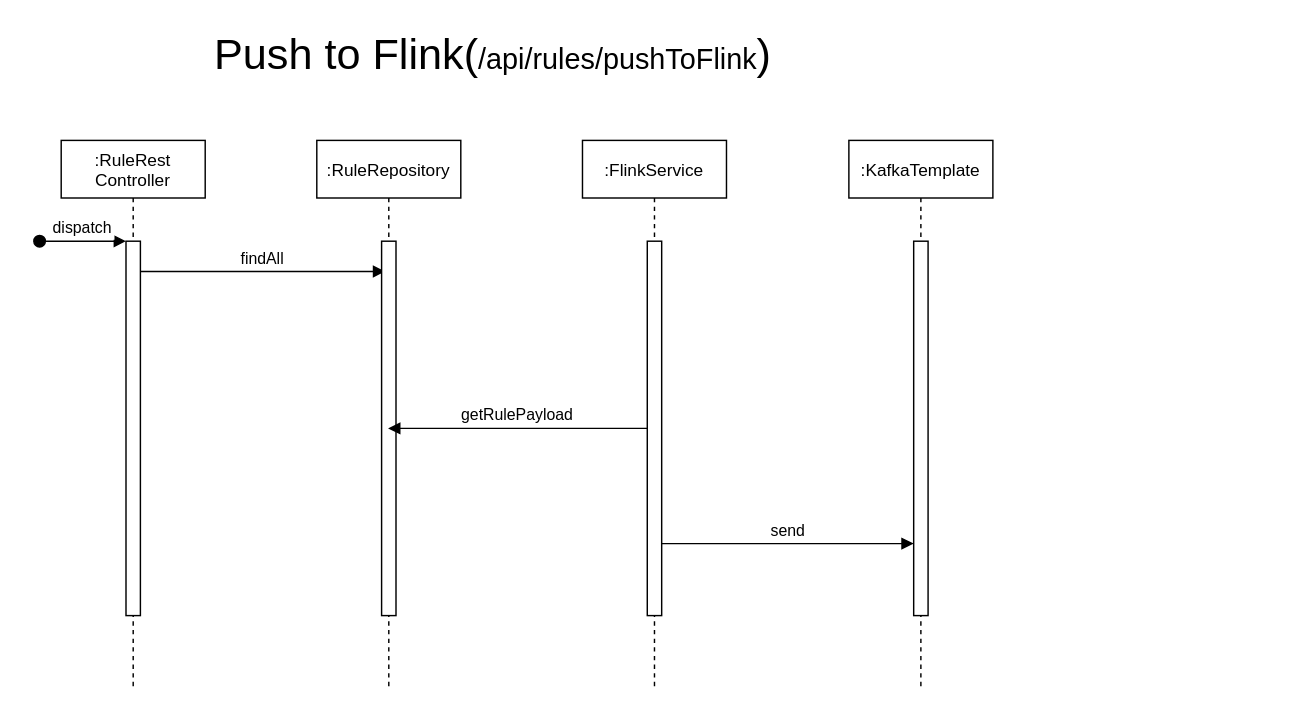
This is fraud_detection/Push to Flink.drawio from Gummybearr/KTfiles, a draw.io file, before an edit. Source tidied: cells renumbered, new cells numbered last; positions are measured from the earlier drawing's top-left corner, leaving out a move shared by most shapes. Both pictures are drawn from the tidied source at 144%, with x=0, y=0 at pixel (39, 24).
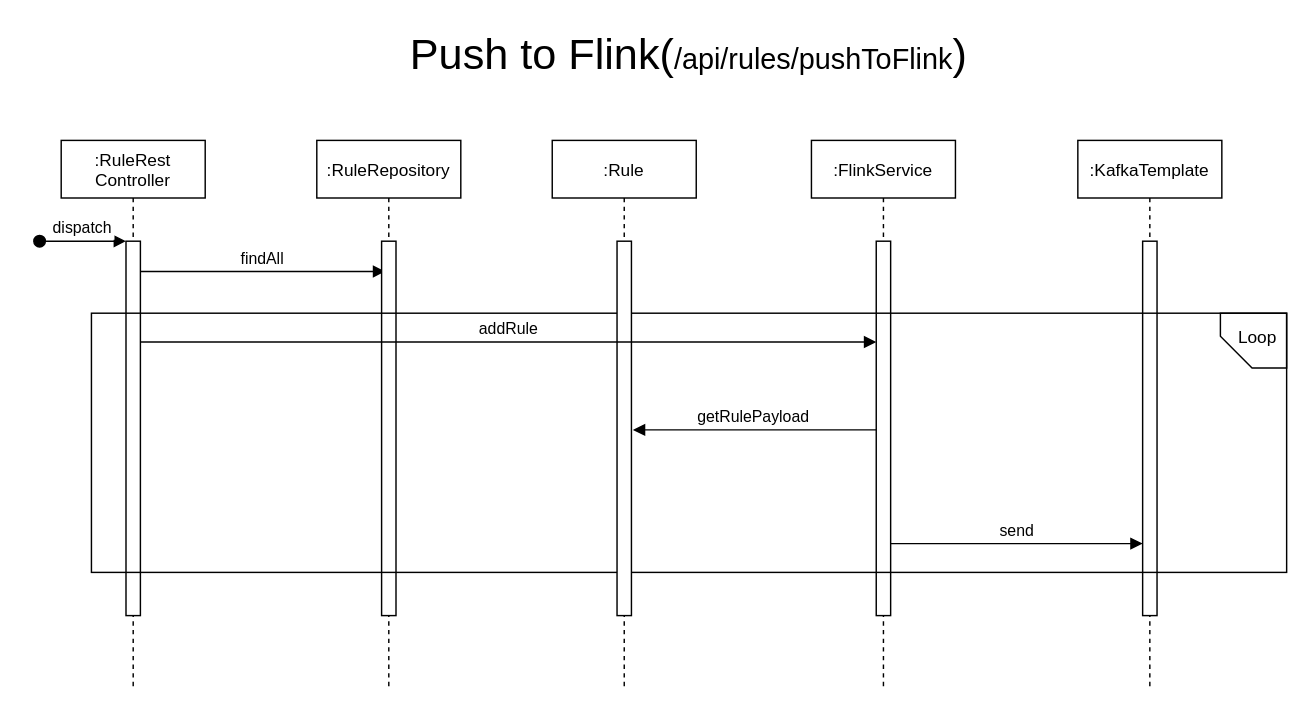
After the change.

The change refers to these unchanged cells:
```xml
<mxCell id="7" value=":RuleRepository" style="shape=umlLifeline;perimeter=lifelinePerimeter;rounded=0;shadow=0;strokeWidth=1;" parent="1" vertex="1">
  <mxGeometry x="192.5" y="80" width="100" height="380" as="geometry" />
</mxCell>
<mxCell id="10" style="points=[];perimeter=orthogonalPerimeter;rounded=0;shadow=0;strokeWidth=1;" parent="9" vertex="1">
  <mxGeometry x="45" y="70" width="10" height="260" as="geometry" />
</mxCell>
```

Change to the diagram source:
```diff
@@
     <mxCell id="2" value="&lt;font style=&quot;font-size: 30px&quot;&gt;Push to Flink(&lt;/font&gt;&lt;font style=&quot;font-size: 20px&quot;&gt;/api/rules/pushToFlink&lt;/font&gt;&lt;font style=&quot;font-size: 30px&quot;&gt;)&lt;/font&gt;" style="text;html=1;strokeColor=none;fillColor=none;align=center;verticalAlign=middle;whiteSpace=wrap;rounded=0;" parent="1" vertex="1">
-      <mxGeometry x="80" width="470" height="40" as="geometry" />
+      <mxGeometry x="216" width="470" height="40" as="geometry" />
     </mxCell>
@@
     <mxCell id="9" value=":FlinkService" style="shape=umlLifeline;perimeter=lifelinePerimeter;rounded=0;shadow=0;strokeWidth=1;" parent="1" vertex="1">
-      <mxGeometry x="377" y="80" width="100" height="380" as="geometry" />
+      <mxGeometry x="536" y="80" width="100" height="380" as="geometry" />
     </mxCell>
@@
-    <mxCell id="11" value="getRulePayload" style="verticalAlign=bottom;endArrow=block;shadow=0;strokeWidth=1;" parent="1" edge="1" source="10" target="7">
-      <mxGeometry relative="1" as="geometry" />
-    </mxCell>
     <mxCell id="12" value=":KafkaTemplate" style="shape=umlLifeline;perimeter=lifelinePerimeter;rounded=0;shadow=0;strokeWidth=1;" parent="1" vertex="1">
-      <mxGeometry x="562" y="80" width="100" height="380" as="geometry" />
+      <mxGeometry x="721" y="80" width="100" height="380" as="geometry" />
     </mxCell>
@@
     <mxCell id="14" value="send" style="verticalAlign=bottom;endArrow=block;shadow=0;strokeWidth=1;" parent="1" edge="1">
       <mxGeometry relative="1" as="geometry">
-        <mxPoint x="432" y="360" as="sourcePoint" />
-        <mxPoint x="607" y="360" as="targetPoint" />
+        <mxPoint x="591" y="360" as="sourcePoint" />
+        <mxPoint x="766" y="360" as="targetPoint" />
       </mxGeometry>
     </mxCell>
+    <mxCell id="15" style="rounded=0;whiteSpace=wrap;html=1;strokeWidth=1;fillColor=none;" parent="1" vertex="1">
+      <mxGeometry x="36" y="200" width="830" height="180" as="geometry" />
+    </mxCell>
+    <mxCell id="16" value=":Rule" style="shape=umlLifeline;perimeter=lifelinePerimeter;rounded=0;shadow=0;strokeWidth=1;" parent="1" vertex="1">
+      <mxGeometry x="356" y="80" width="100" height="380" as="geometry" />
+    </mxCell>
+    <mxCell id="17" style="points=[];perimeter=orthogonalPerimeter;rounded=0;shadow=0;strokeWidth=1;" parent="16" vertex="1">
+      <mxGeometry x="45" y="70" width="10" height="260" as="geometry" />
+    </mxCell>
+    <mxCell id="11" value="getRulePayload" style="verticalAlign=bottom;endArrow=block;shadow=0;strokeWidth=1;entryX=1.1;entryY=0.504;entryDx=0;entryDy=0;entryPerimeter=0;" parent="1" edge="1" source="10" target="17">
+      <mxGeometry relative="1" as="geometry" />
+    </mxCell>
+    <mxCell id="18" value="addRule" style="verticalAlign=bottom;endArrow=block;shadow=0;strokeWidth=1;" parent="1" edge="1">
+      <mxGeometry relative="1" as="geometry">
+        <mxPoint x="70" y="220" as="sourcePoint" />
+        <mxPoint x="581" y="220" as="targetPoint" />
+      </mxGeometry>
+    </mxCell>
+    <mxCell id="19" style="shape=card;whiteSpace=wrap;html=1;strokeWidth=1;fillColor=none;rotation=-90;size=22;" parent="1" vertex="1">
+      <mxGeometry x="824" y="196" width="38" height="46" as="geometry" />
+    </mxCell>
+    <mxCell id="20" value="Loop" style="text;html=1;strokeColor=none;fillColor=none;align=center;verticalAlign=middle;whiteSpace=wrap;rounded=0;" parent="1" vertex="1">
+      <mxGeometry x="826" y="207" width="40" height="20" as="geometry" />
+    </mxCell>
```
